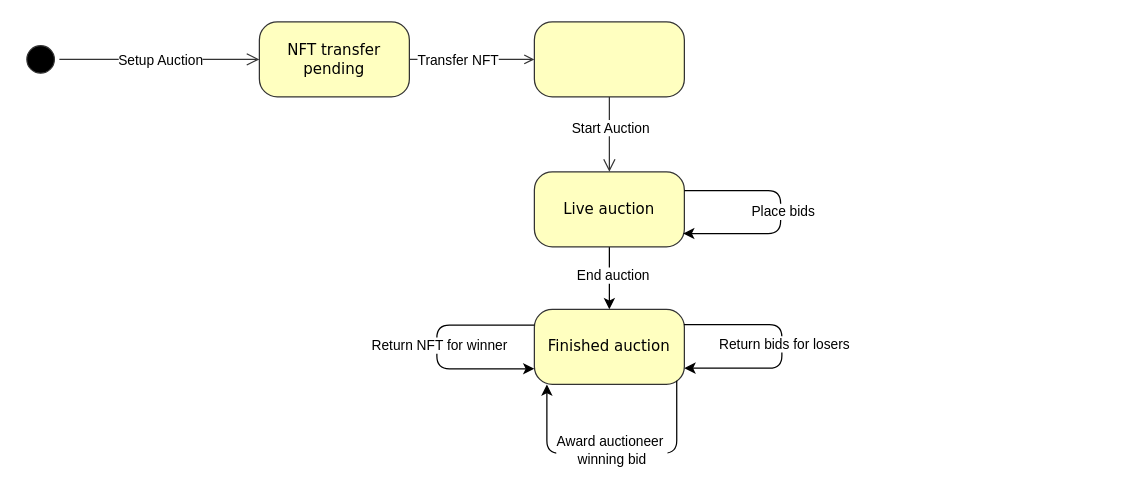
usertakenname/whisper-wins-backend keeps this draw.io diagram as visualization/SealedAuctionStateDiagram.drawio. Above is the earlier version. Source tidied: cells renumbered, new cells numbered last; positions are measured from the earlier drawing's top-left corner, leaving out a move shared by most shapes. Both pictures are drawn from the tidied source at 125%, with x=0, y=0 at pixel (21, 21).
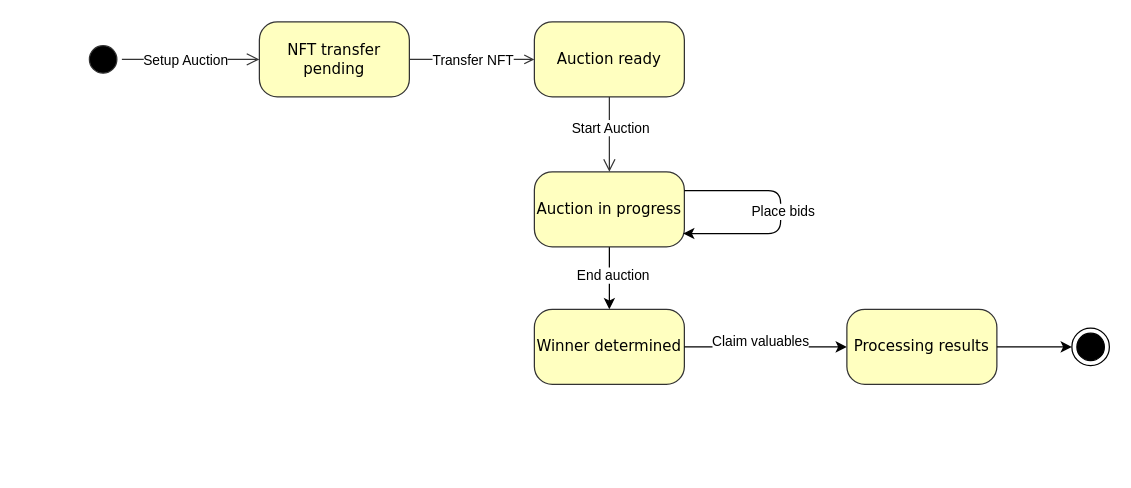
Above is the later version.

Commit message (it also covers changes not shown here):
updating uml diagrams

Unchanged cells that the change refers to:
```xml
<mxCell id="9" style="edgeStyle=orthogonalEdgeStyle;html=1;labelBackgroundColor=none;endArrow=open;endSize=8;strokeColor=#333333;fontFamily=Verdana;fontSize=12;align=left;" parent="1" edge="1" source="2" target="6">
  <mxGeometry relative="1" as="geometry" />
</mxCell>
<mxCell id="11" style="html=1;labelBackgroundColor=none;endArrow=open;strokeColor=#333333;fontFamily=Verdana;fontSize=12;align=left;entryX=0;entryY=0.5;exitX=1;exitY=0.5;exitDx=0;exitDy=0;rounded=0;" parent="1" edge="1" source="6" target="7">
  <mxGeometry relative="1" as="geometry" />
</mxCell>
```

Diff of the diagram source:
```diff
@@
     <mxCell id="2" style="ellipse;html=1;shape=startState;fillColor=#000000;strokeColor=#333333;rounded=1;shadow=0;comic=0;labelBackgroundColor=none;fontFamily=Verdana;fontSize=12;fontColor=#000000;align=center;direction=south;" parent="1" vertex="1">
-      <mxGeometry y="15" width="30" height="30" as="geometry" />
+      <mxGeometry x="50" y="15" width="30" height="30" as="geometry" />
     </mxCell>
@@
-    <mxCell id="5" value="Live auction" style="rounded=1;whiteSpace=wrap;html=1;arcSize=24;fillColor=#ffffc0;strokeColor=#333333;shadow=0;comic=0;labelBackgroundColor=none;fontFamily=Verdana;fontSize=12;fontColor=#000000;align=center;" parent="1" vertex="1">
+    <mxCell id="5" value="Auction in progress" style="rounded=1;whiteSpace=wrap;html=1;arcSize=24;fillColor=#ffffc0;strokeColor=#333333;shadow=0;comic=0;labelBackgroundColor=none;fontFamily=Verdana;fontSize=12;fontColor=#000000;align=center;" parent="1" vertex="1">
       <mxGeometry x="410" y="120" width="120" height="60" as="geometry" />
     </mxCell>
@@
-    <mxCell id="7" style="rounded=1;whiteSpace=wrap;html=1;arcSize=24;fillColor=#ffffc0;strokeColor=#333333;shadow=0;comic=0;labelBackgroundColor=none;fontFamily=Verdana;fontSize=12;fontColor=#000000;align=center;" parent="1" vertex="1">
+    <mxCell id="7" value="Auction ready" style="rounded=1;whiteSpace=wrap;html=1;arcSize=24;fillColor=#ffffc0;strokeColor=#333333;shadow=0;comic=0;labelBackgroundColor=none;fontFamily=Verdana;fontSize=12;fontColor=#000000;align=center;" parent="1" vertex="1">
       <mxGeometry x="410" width="120" height="60" as="geometry" />
     </mxCell>
-    <mxCell id="8" value="Finished auction" style="rounded=1;whiteSpace=wrap;html=1;arcSize=24;fillColor=#ffffc0;strokeColor=#333333;shadow=0;comic=0;labelBackgroundColor=none;fontFamily=Verdana;fontSize=12;fontColor=#000000;align=center;" parent="1" vertex="1">
+    <mxCell id="8" value="Winner determined" style="rounded=1;whiteSpace=wrap;html=1;arcSize=24;fillColor=#ffffc0;strokeColor=#333333;shadow=0;comic=0;labelBackgroundColor=none;fontFamily=Verdana;fontSize=12;fontColor=#000000;align=center;" parent="1" vertex="1">
       <mxGeometry x="410" y="230" width="120" height="60" as="geometry" />
     </mxCell>
@@
     <mxCell id="10" value="Setup Auction" style="edgeLabel;html=1;align=center;verticalAlign=middle;" parent="9" vertex="1">
       <mxGeometry x="-0.29" y="1" relative="1" as="geometry">
-        <mxPoint x="23" y="1" as="offset" />
+        <mxPoint x="11" y="1" as="offset" />
       </mxGeometry>
     </mxCell>
@@
     <mxCell id="12" value="Transfer NFT" style="edgeLabel;html=1;align=center;verticalAlign=middle;" parent="11" vertex="1">
       <mxGeometry x="-0.08" y="4" relative="1" as="geometry">
-        <mxPoint x="-8" y="4" as="offset" />
+        <mxPoint x="4" y="4" as="offset" />
       </mxGeometry>
     </mxCell>
@@
-    <mxCell id="17" style="edgeStyle=orthogonalEdgeStyle;rounded=1;jettySize=auto;html=1;curved=0;exitX=0.997;exitY=0.204;exitDx=0;exitDy=0;entryX=0.992;entryY=0.822;entryDx=0;entryDy=0;entryPerimeter=0;exitPerimeter=0;" parent="1" edge="1" source="8">
-      <mxGeometry relative="1" as="geometry">
-        <mxPoint x="530" y="277" as="targetPoint" />
-        <Array as="points">
-          <mxPoint x="608" y="242" />
-          <mxPoint x="608" y="277" />
-        </Array>
-      </mxGeometry>
+    <mxCell id="17" style="rounded=1;jettySize=auto;html=1;exitX=1;exitY=0.5;exitDx=0;exitDy=0;entryX=0;entryY=0.5;entryDx=0;entryDy=0;" parent="1" edge="1" source="8" target="23">
+      <mxGeometry relative="1" as="geometry" />
     </mxCell>
-    <mxCell id="18" value="Return bids for losers" style="edgeLabel;html=1;align=center;verticalAlign=middle;" parent="17" vertex="1">
+    <mxCell id="18" value="Claim valuables" style="edgeLabel;html=1;align=center;verticalAlign=middle;" parent="17" vertex="1">
       <mxGeometry x="0.03" y="1" relative="1" as="geometry">
-        <mxPoint y="-4" as="offset" />
+        <mxPoint x="-7" y="-4" as="offset" />
       </mxGeometry>
     </mxCell>
-    <mxCell id="19" style="edgeStyle=orthogonalEdgeStyle;rounded=1;orthogonalLoop=1;jettySize=auto;html=1;curved=0;exitX=0.997;exitY=0.204;exitDx=0;exitDy=0;entryX=0.992;entryY=0.822;entryDx=0;entryDy=0;entryPerimeter=0;exitPerimeter=0;" parent="1" edge="1">
-      <mxGeometry relative="1" as="geometry">
-        <mxPoint x="410" y="242.5" as="sourcePoint" />
-        <mxPoint x="410" y="277.5" as="targetPoint" />
-        <Array as="points">
-          <mxPoint x="332" y="242.5" />
-          <mxPoint x="332" y="277.5" />
-        </Array>
-      </mxGeometry>
-    </mxCell>
-    <mxCell id="20" value="Return NFT for winner" style="edgeLabel;html=1;align=center;verticalAlign=middle;" parent="19" vertex="1">
-      <mxGeometry x="0.03" y="1" relative="1" as="geometry">
-        <mxPoint y="-4" as="offset" />
-      </mxGeometry>
-    </mxCell>
-    <mxCell id="21" style="edgeStyle=orthogonalEdgeStyle;rounded=1;jettySize=auto;html=1;curved=0;exitX=0.949;exitY=0.95;exitDx=0;exitDy=0;exitPerimeter=0;" parent="1" edge="1" source="8">
-      <mxGeometry relative="1" as="geometry">
-        <mxPoint x="420" y="290" as="targetPoint" />
-        <Array as="points">
-          <mxPoint x="524" y="345" />
-          <mxPoint x="420" y="345" />
-          <mxPoint x="420" y="290" />
-        </Array>
-      </mxGeometry>
-    </mxCell>
-    <mxCell id="22" value="Award auctioneer&amp;nbsp;&lt;div&gt;winning bid&lt;/div&gt;" style="edgeLabel;html=1;align=center;verticalAlign=middle;" parent="21" vertex="1">
-      <mxGeometry x="0.03" y="1" relative="1" as="geometry">
-        <mxPoint x="2" y="-4" as="offset" />
-      </mxGeometry>
-    </mxCell>
+    <mxCell id="23" value="Processing results" style="rounded=1;whiteSpace=wrap;html=1;arcSize=24;fillColor=#ffffc0;strokeColor=#333333;shadow=0;comic=0;labelBackgroundColor=none;fontFamily=Verdana;fontSize=12;fontColor=#000000;align=center;" parent="1" vertex="1">
+      <mxGeometry x="660" y="230" width="120" height="60" as="geometry" />
+    </mxCell>
+    <mxCell id="24" style="ellipse;html=1;shape=endState;fillColor=strokeColor;" parent="1" vertex="1">
+      <mxGeometry x="840" y="245" width="30" height="30" as="geometry" />
+    </mxCell>
+    <mxCell id="25" style="edgeStyle=none;html=1;entryX=0;entryY=0.5;entryDx=0;entryDy=0;" parent="1" edge="1" source="23" target="24">
+      <mxGeometry relative="1" as="geometry" />
+    </mxCell>
```
